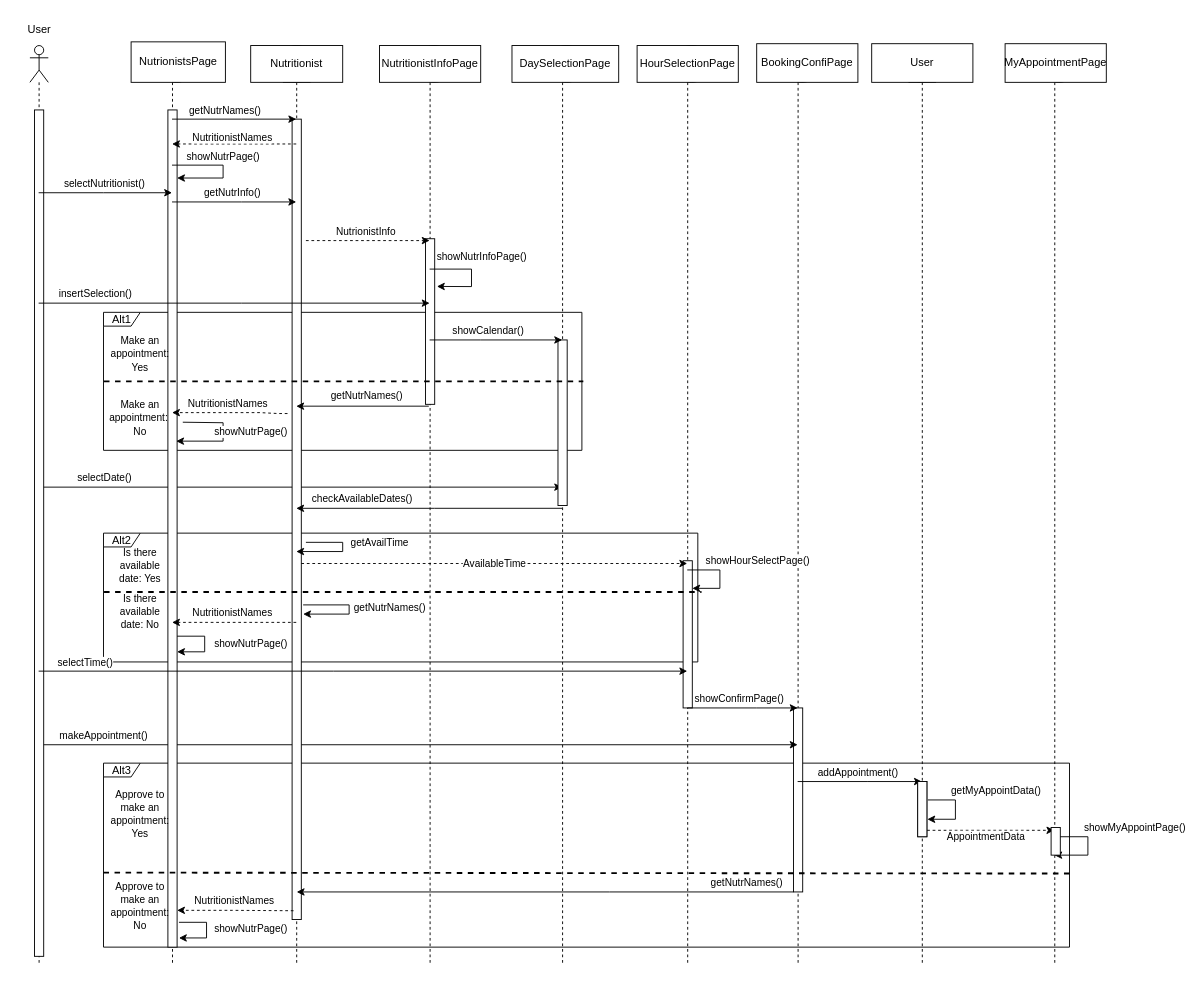
The draw.io diagram ΤΕΛΙΚΟ ΠΑΡΑΔΟΤΕΟ/Sequence-diagrams-v1.0/sd_ραντεβου_με_διατροφολογο.drawio in Dionkaps/Eu-Zin, before the edit. Source tidied: cells renumbered, new cells numbered last; positions are measured from the earlier drawing's top-left corner, leaving out a move shared by most shapes. Both pictures are drawn from the tidied source at 92%, with x=0, y=0 at pixel (16, 16).
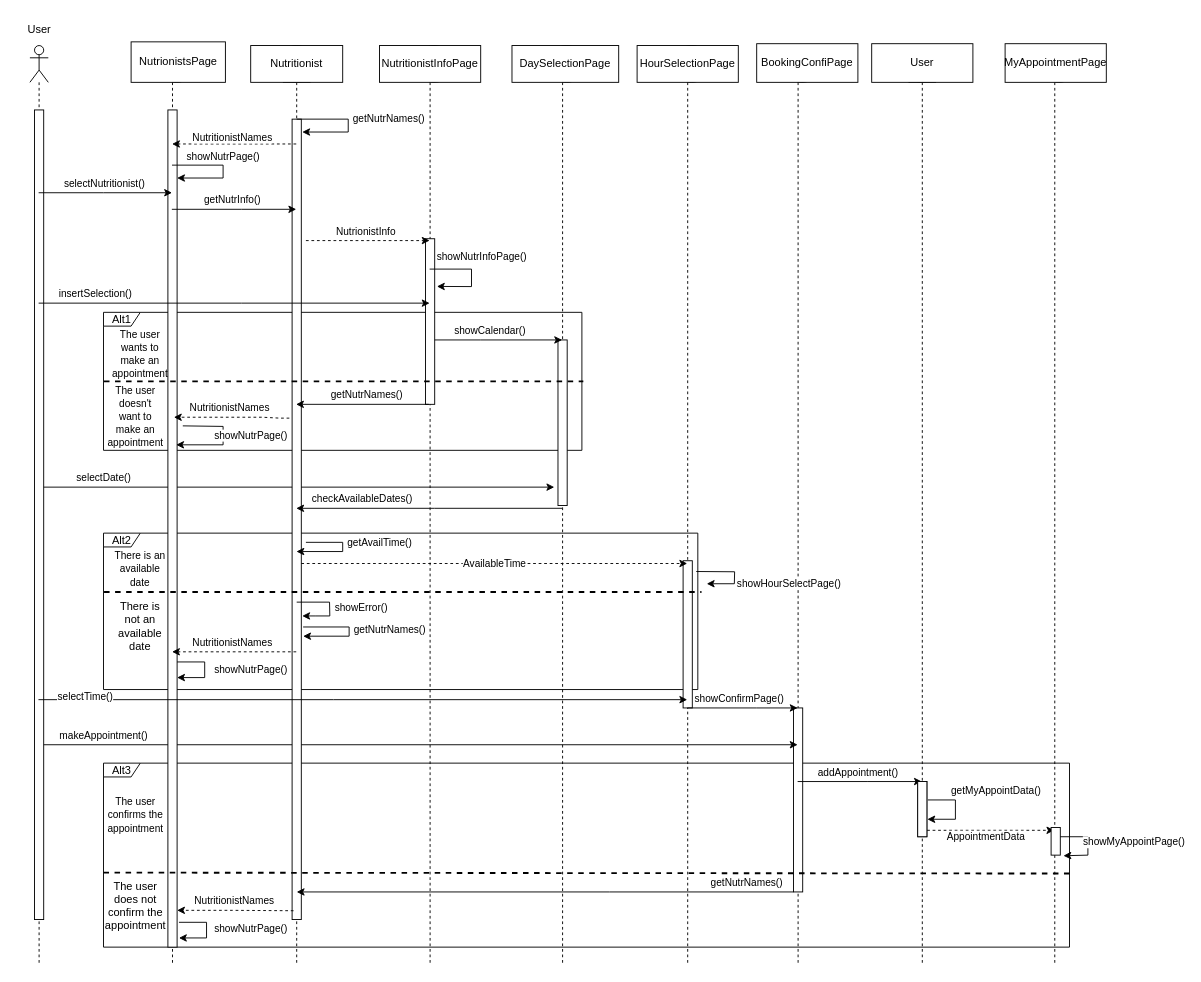
The same page after the edit.

The change refers to these unchanged cells:
```xml
<mxCell id="9" style="shape=umlLifeline;participant=umlActor;perimeter=lifelinePerimeter;whiteSpace=wrap;html=1;verticalAlign=top;spacingTop=36;outlineConnect=0;" parent="1" vertex="1">
  <mxGeometry x="15" y="32" width="20" height="1000" as="geometry" />
</mxCell>
<mxCell id="13" style="shape=umlLifeline;participant=umlBoundary;perimeter=lifelinePerimeter;whiteSpace=wrap;html=1;verticalAlign=top;spacingTop=36;outlineConnect=0;" parent="1" vertex="1">
  <mxGeometry x="145" y="32" width="50" height="1000" as="geometry" />
</mxCell>
<mxCell id="14" style="html=1;points=[];perimeter=orthogonalPerimeter;fontSize=11;" parent="13" vertex="1">
  <mxGeometry x="20" y="70" width="10" height="910" as="geometry" />
</mxCell>
<mxCell id="18" style="shape=umlLifeline;participant=umlEntity;perimeter=lifelinePerimeter;whiteSpace=wrap;html=1;verticalAlign=top;spacingTop=36;outlineConnect=0;" parent="1" vertex="1">
  <mxGeometry x="285" y="32" width="40" height="1000" as="geometry" />
</mxCell>
<mxCell id="23" style="shape=umlLifeline;participant=umlBoundary;perimeter=lifelinePerimeter;whiteSpace=wrap;html=1;verticalAlign=top;spacingTop=36;outlineConnect=0;" parent="1" vertex="1">
  <mxGeometry x="425" y="32" width="50" height="1000" as="geometry" />
</mxCell>
<mxCell id="24" style="html=1;points=[];perimeter=orthogonalPerimeter;fontSize=11;" parent="23" vertex="1">
  <mxGeometry x="20" y="210" width="10" height="180" as="geometry" />
</mxCell>
<mxCell id="32" style="shape=umlLifeline;participant=umlBoundary;perimeter=lifelinePerimeter;whiteSpace=wrap;html=1;verticalAlign=top;spacingTop=36;outlineConnect=0;" parent="1" vertex="1">
  <mxGeometry x="569" y="32" width="50" height="1000" as="geometry" />
</mxCell>
<mxCell id="34" style="shape=umlLifeline;participant=umlBoundary;perimeter=lifelinePerimeter;whiteSpace=wrap;html=1;verticalAlign=top;spacingTop=36;outlineConnect=0;" parent="1" vertex="1">
  <mxGeometry x="1104" y="32" width="50" height="1000" as="geometry" />
</mxCell>
<mxCell id="39" style="shape=umlLifeline;participant=umlBoundary;perimeter=lifelinePerimeter;whiteSpace=wrap;html=1;verticalAlign=top;spacingTop=36;outlineConnect=0;" parent="1" vertex="1">
  <mxGeometry x="705" y="32" width="50" height="1000" as="geometry" />
</mxCell>
<mxCell id="73" style="html=1;points=[];perimeter=orthogonalPerimeter;fontSize=11;" parent="1" vertex="1">
  <mxGeometry x="1125" y="882" width="10" height="30" as="geometry" />
</mxCell>
```

Change to the diagram source:
```diff
@@
     <mxCell id="7" value="Alt2" style="shape=umlFrame;whiteSpace=wrap;html=1;width=40;height=15;" parent="1" vertex="1">
-      <mxGeometry x="95" y="562" width="646" height="140" as="geometry" />
+      <mxGeometry x="95" y="562" width="646" height="170" as="geometry" />
     </mxCell>
@@
-    <mxCell id="10" value="selectDate()" style="endArrow=classic;html=1;rounded=0;strokeWidth=1;fontSize=11;" parent="9" edge="1" target="32">
+    <mxCell id="10" value="selectDate()" style="endArrow=classic;html=1;rounded=0;strokeWidth=1;fontSize=11;" parent="9" edge="1">
       <mxGeometry x="-0.75" y="10" relative="1" as="geometry">
         <mxPoint x="10" y="480" as="sourcePoint" />
+        <mxPoint x="570" y="480" as="targetPoint" />
       </mxGeometry>
     </mxCell>
@@
     <mxCell id="12" style="html=1;perimeter=orthogonalPerimeter;fontSize=11;" parent="9" vertex="1">
-      <mxGeometry x="5" y="70" width="10" height="920" as="geometry" />
+      <mxGeometry x="5" y="70" width="10" height="880" as="geometry" />
     </mxCell>
@@
     <mxCell id="16" value="showNutrPage()" style="endArrow=classic;html=1;rounded=0;" parent="13" edge="1">
       <mxGeometry x="-0.01" y="50" relative="1" as="geometry">
-        <mxPoint x="30" y="642" as="sourcePoint" />
-        <mxPoint x="30" y="659" as="targetPoint" />
+        <mxPoint x="30" y="670" as="sourcePoint" />
+        <mxPoint x="30" y="687" as="targetPoint" />
         <Array as="points">
-          <mxPoint x="60" y="642" />
-          <mxPoint x="60" y="659" />
+          <mxPoint x="60" y="670" />
+          <mxPoint x="60" y="687" />
         </Array>
       </mxGeometry>
     </mxCell>
-    <mxCell id="17" value="showNutrPage()" style="endArrow=classic;html=1;rounded=0;exitX=1.619;exitY=0.373;exitDx=0;exitDy=0;exitPerimeter=0;" parent="13" edge="1" source="14">
+    <mxCell id="17" value="showNutrPage()" style="endArrow=classic;html=1;rounded=0;exitX=1.619;exitY=0.373;exitDx=0;exitDy=0;exitPerimeter=0;" parent="13" edge="1">
       <mxGeometry x="-0.06" y="30" relative="1" as="geometry">
-        <mxPoint x="29" y="430" as="targetPoint" />
+        <mxPoint x="36.2" y="413.4" as="sourcePoint" />
+        <mxPoint x="29" y="434" as="targetPoint" />
         <Array as="points">
-          <mxPoint x="80" y="410" />
-          <mxPoint x="80" y="430" />
+          <mxPoint x="80" y="414" />
+          <mxPoint x="80" y="434" />
         </Array>
       </mxGeometry>
     </mxCell>
@@
-    <mxCell id="20" value="getAvailTime" style="endArrow=classic;html=1;rounded=0;" parent="18" edge="1" target="18">
-      <mxGeometry x="-0.2" y="40" relative="1" as="geometry">
-        <mxPoint x="30" y="540" as="sourcePoint" />
-        <Array as="points">
-          <mxPoint x="70" y="540" />
-          <mxPoint x="70" y="550" />
-        </Array>
-      </mxGeometry>
-    </mxCell>
     <mxCell id="21" style="endArrow=classic;html=1;rounded=0;" parent="18" edge="1">
       <mxGeometry relative="1" as="geometry">
-        <mxPoint x="27" y="608" as="sourcePoint" />
-        <mxPoint x="27" y="618" as="targetPoint" />
+        <mxPoint x="27" y="632" as="sourcePoint" />
+        <mxPoint x="27" y="642" as="targetPoint" />
         <Array as="points">
-          <mxPoint x="77" y="608" />
-          <mxPoint x="77" y="618" />
+          <mxPoint x="77" y="632" />
+          <mxPoint x="77" y="642" />
         </Array>
       </mxGeometry>
     </mxCell>
@@
-    <mxCell id="27" style="endArrow=classic;html=1;rounded=0;" parent="1" edge="1" source="13" target="18">
-      <mxGeometry relative="1" as="geometry">
-        <Array as="points">
-          <mxPoint x="245" y="112" />
-        </Array>
-      </mxGeometry>
-    </mxCell>
-    <mxCell id="28" value="getNutrNames()" style="edgeLabel;html=1;align=center;verticalAlign=middle;" parent="27" vertex="1">
-      <mxGeometry x="-0.15" y="-2" relative="1" as="geometry">
-        <mxPoint y="-12" as="offset" />
-      </mxGeometry>
-    </mxCell>
@@
-    <mxCell id="30" value="getNutrInfo()" style="endArrow=classic;html=1;rounded=0;" parent="1" edge="1" source="13" target="18">
+    <mxCell id="30" value="getNutrInfo()" style="endArrow=classic;html=1;rounded=0;" parent="1" edge="1">
       <mxGeometry x="-0.03" y="10" relative="1" as="geometry">
+        <mxPoint x="169.3" y="210" as="sourcePoint" />
+        <mxPoint x="304.5" y="210" as="targetPoint" />
         <Array as="points">
-          <mxPoint x="245" y="202" />
+          <mxPoint x="245" y="210" />
         </Array>
       </mxGeometry>
     </mxCell>
@@
-    <mxCell id="35" value="showCalendar()" style="endArrow=classic;html=1;rounded=0;" parent="1" edge="1" source="23" target="32">
+    <mxCell id="35" value="showCalendar()" style="endArrow=classic;html=1;rounded=0;" parent="1" edge="1" target="32">
       <mxGeometry x="-0.13" y="10" relative="1" as="geometry">
+        <mxPoint x="455" y="352" as="sourcePoint" />
         <Array as="points">
           <mxPoint x="505" y="352" />
         </Array>
       </mxGeometry>
     </mxCell>
@@
-    <mxCell id="37" value="&lt;font style=&quot;font-size: 11px;&quot;&gt;Make an appointment: Yes&lt;/font&gt;" style="text;html=1;strokeColor=none;fillColor=none;align=center;verticalAlign=middle;whiteSpace=wrap;rounded=0;" parent="1" vertex="1">
+    <mxCell id="37" value="&lt;font style=&quot;font-size: 11px;&quot;&gt;The user wants to make an appointment&lt;/font&gt;" style="text;html=1;strokeColor=none;fillColor=none;align=center;verticalAlign=middle;whiteSpace=wrap;rounded=0;" parent="1" vertex="1">
       <mxGeometry x="105" y="352" width="60" height="30" as="geometry" />
     </mxCell>
-    <mxCell id="38" value="&lt;font style=&quot;font-size: 11px;&quot;&gt;Make an appointment:&amp;nbsp;&lt;br&gt;No&lt;br&gt;&lt;/font&gt;" style="text;html=1;strokeColor=none;fillColor=none;align=center;verticalAlign=middle;whiteSpace=wrap;rounded=0;" parent="1" vertex="1">
-      <mxGeometry x="105" y="422" width="60" height="30" as="geometry" />
+    <mxCell id="38" value="&lt;font style=&quot;font-size: 11px;&quot;&gt;The user doesn't want to make an appointment&lt;br&gt;&lt;/font&gt;" style="text;html=1;strokeColor=none;fillColor=none;align=center;verticalAlign=middle;whiteSpace=wrap;rounded=0;" parent="1" vertex="1">
+      <mxGeometry x="105" y="425" width="50" height="20" as="geometry" />
     </mxCell>
@@
     <mxCell id="42" value="NutritionistNames" style="endArrow=classic;html=1;rounded=0;strokeWidth=1;fontSize=11;dashed=1;" parent="1" edge="1">
       <mxGeometry x="0.03" y="-10" relative="1" as="geometry">
-        <mxPoint x="304.5" y="659" as="sourcePoint" />
-        <mxPoint x="169.5" y="659" as="targetPoint" />
+        <mxPoint x="304.5" y="691" as="sourcePoint" />
+        <mxPoint x="169.5" y="691" as="targetPoint" />
         <Array as="points">
-          <mxPoint x="225" y="659" />
+          <mxPoint x="225" y="691" />
         </Array>
       </mxGeometry>
     </mxCell>
-    <mxCell id="43" style="endArrow=classic;html=1;rounded=0;strokeWidth=1;fontSize=11;" parent="1" edge="1" source="9" target="39">
+    <mxCell id="43" style="endArrow=classic;html=1;rounded=0;strokeWidth=1;fontSize=11;" parent="1" edge="1">
       <mxGeometry relative="1" as="geometry">
+        <mxPoint x="24.3" y="743" as="sourcePoint" />
+        <mxPoint x="729.5" y="743" as="targetPoint" />
         <Array as="points">
-          <mxPoint x="345" y="712" />
+          <mxPoint x="345" y="743" />
         </Array>
       </mxGeometry>
     </mxCell>
     <mxCell id="44" value="selectTime()" style="edgeLabel;html=1;align=center;verticalAlign=middle;fontSize=11;" parent="43" vertex="1">
       <mxGeometry x="-0.86" y="4" relative="1" as="geometry">
-        <mxPoint x="1" y="-6" as="offset" />
+        <mxPoint x="1" as="offset" />
       </mxGeometry>
     </mxCell>
@@
-    <mxCell id="46" value="&lt;font style=&quot;font-size: 11px;&quot;&gt;Is there available date: Yes&lt;/font&gt;" style="text;html=1;strokeColor=none;fillColor=none;align=center;verticalAlign=middle;whiteSpace=wrap;rounded=0;" parent="1" vertex="1">
-      <mxGeometry x="105" y="582" width="60" height="30" as="geometry" />
+    <mxCell id="46" value="&lt;font style=&quot;font-size: 11px;&quot;&gt;There is an available date&lt;/font&gt;" style="text;html=1;strokeColor=none;fillColor=none;align=center;verticalAlign=middle;whiteSpace=wrap;rounded=0;" parent="1" vertex="1">
+      <mxGeometry x="105" y="586" width="60" height="30" as="geometry" />
     </mxCell>
-    <mxCell id="47" value="&lt;font style=&quot;font-size: 11px;&quot;&gt;Is there available date: No&lt;/font&gt;" style="text;html=1;strokeColor=none;fillColor=none;align=center;verticalAlign=middle;whiteSpace=wrap;rounded=0;" parent="1" vertex="1">
-      <mxGeometry x="105" y="632" width="60" height="30" as="geometry" />
+    <mxCell id="47" value="There is not an available date" style="text;html=1;strokeColor=none;fillColor=none;align=center;verticalAlign=middle;whiteSpace=wrap;rounded=0;" parent="1" vertex="1">
+      <mxGeometry x="105" y="648" width="60" height="30" as="geometry" />
     </mxCell>
@@
-    <mxCell id="54" value="&lt;font style=&quot;font-size: 11px;&quot;&gt;Approve to make an appointment: Yes&lt;/font&gt;" style="text;html=1;strokeColor=none;fillColor=none;align=center;verticalAlign=middle;whiteSpace=wrap;rounded=0;" parent="1" vertex="1">
-      <mxGeometry x="105" y="852" width="60" height="30" as="geometry" />
+    <mxCell id="54" value="&lt;font style=&quot;font-size: 11px;&quot;&gt;The user confirms the appointment&lt;/font&gt;" style="text;html=1;strokeColor=none;fillColor=none;align=center;verticalAlign=middle;whiteSpace=wrap;rounded=0;" parent="1" vertex="1">
+      <mxGeometry x="100" y="853" width="60" height="30" as="geometry" />
     </mxCell>
-    <mxCell id="55" value="&lt;font style=&quot;font-size: 11px;&quot;&gt;Approve to make an appointment: No&lt;/font&gt;" style="text;html=1;strokeColor=none;fillColor=none;align=center;verticalAlign=middle;whiteSpace=wrap;rounded=0;" parent="1" vertex="1">
-      <mxGeometry x="105" y="952" width="60" height="30" as="geometry" />
+    <mxCell id="55" value="The user does not confirm the appointment" style="text;html=1;strokeColor=none;fillColor=none;align=center;verticalAlign=middle;whiteSpace=wrap;rounded=0;" parent="1" vertex="1">
+      <mxGeometry x="100" y="952" width="60" height="30" as="geometry" />
     </mxCell>
@@
-    <mxCell id="66" style="endArrow=classic;html=1;rounded=0;exitX=0.36;exitY=1.011;exitDx=0;exitDy=0;exitPerimeter=0;" parent="1" edge="1" source="24" target="18">
-      <mxGeometry relative="1" as="geometry" />
+    <mxCell id="66" style="endArrow=classic;html=1;rounded=0;exitX=0.36;exitY=1.011;exitDx=0;exitDy=0;exitPerimeter=0;" parent="1" edge="1">
+      <mxGeometry relative="1" as="geometry">
+        <mxPoint x="448.6" y="422" as="sourcePoint" />
+        <mxPoint x="304.3" y="422" as="targetPoint" />
+      </mxGeometry>
     </mxCell>
@@
     <mxCell id="68" value="NutritionistNames" style="endArrow=classic;html=1;rounded=0;dashed=1;" parent="1" edge="1">
       <mxGeometry x="0.03" y="-10" relative="1" as="geometry">
-        <mxPoint x="295" y="432" as="sourcePoint" />
-        <mxPoint x="169.5" y="431" as="targetPoint" />
+        <mxPoint x="297" y="437" as="sourcePoint" />
+        <mxPoint x="171.5" y="436" as="targetPoint" />
         <Array as="points">
-          <mxPoint x="285" y="432" />
-          <mxPoint x="265" y="431" />
+          <mxPoint x="287" y="437" />
+          <mxPoint x="267" y="436" />
         </Array>
       </mxGeometry>
     </mxCell>
@@
-    <mxCell id="70" value="showHourSelectPage()" style="endArrow=classic;html=1;rounded=0;" parent="1" edge="1" source="39">
-      <mxGeometry x="-0.17" y="41" relative="1" as="geometry">
-        <mxPoint x="735" y="622" as="targetPoint" />
+    <mxCell id="70" value="showError()" style="endArrow=classic;html=1;rounded=0;" parent="1" edge="1">
+      <mxGeometry x="0.03" y="34" relative="1" as="geometry">
+        <mxPoint x="305" y="637" as="sourcePoint" />
+        <mxPoint x="311" y="652" as="targetPoint" />
         <Array as="points">
-          <mxPoint x="765" y="602" />
-          <mxPoint x="765" y="622" />
+          <mxPoint x="340.7" y="637" />
+          <mxPoint x="341" y="652" />
+          <mxPoint x="325" y="652" />
         </Array>
-        <mxPoint x="41" y="31" as="offset" />
       </mxGeometry>
     </mxCell>
-    <mxCell id="71" value="showMyAppointPage()" style="endArrow=classic;html=1;rounded=0;" parent="1" edge="1" source="34" target="34">
-      <mxGeometry x="-0.22" y="51" relative="1" as="geometry">
+    <mxCell id="71" value="showMyAppointPage()" style="endArrow=classic;html=1;rounded=0;entryX=1.341;entryY=1.022;entryDx=0;entryDy=0;entryPerimeter=0;" parent="1" edge="1" source="34" target="73">
+      <mxGeometry y="50" relative="1" as="geometry">
         <Array as="points">
           <mxPoint x="1165" y="892" />
           <mxPoint x="1165" y="912" />
         </Array>
-        <mxPoint x="51" y="41" as="offset" />
       </mxGeometry>
     </mxCell>
@@
+    <mxCell id="28" value="getNutrNames()" style="endArrow=classic;html=1;rounded=0;" parent="1" edge="1">
+      <mxGeometry x="-0.07" y="44" relative="1" as="geometry">
+        <mxPoint x="305" y="112" as="sourcePoint" />
+        <mxPoint x="311" y="126" as="targetPoint" />
+        <Array as="points">
+          <mxPoint x="361" y="112" />
+          <mxPoint x="361" y="126" />
+        </Array>
+      </mxGeometry>
+    </mxCell>
+    <mxCell id="20" value="getAvailTime()" style="endArrow=classic;html=1;rounded=0;" parent="1" edge="1">
+      <mxGeometry x="-0.2" y="40" relative="1" as="geometry">
+        <mxPoint x="315" y="572" as="sourcePoint" />
+        <mxPoint x="304.7" y="582" as="targetPoint" />
+        <Array as="points">
+          <mxPoint x="355" y="572" />
+          <mxPoint x="355" y="582" />
+        </Array>
+      </mxGeometry>
+    </mxCell>
+    <mxCell id="76" value="showHourSelectPage()" style="endArrow=classic;html=1;rounded=0;exitX=1.435;exitY=0.098;exitDx=0;exitDy=0;exitPerimeter=0;" parent="1" edge="1">
+      <mxGeometry x="0.3" y="-60" relative="1" as="geometry">
+        <mxPoint x="739.3" y="603.7" as="sourcePoint" />
+        <mxPoint x="750.7" y="617" as="targetPoint" />
+        <Array as="points">
+          <mxPoint x="781" y="604" />
+          <mxPoint x="780.7" y="617" />
+        </Array>
+        <mxPoint x="60" y="60" as="offset" />
+      </mxGeometry>
+    </mxCell>
```
